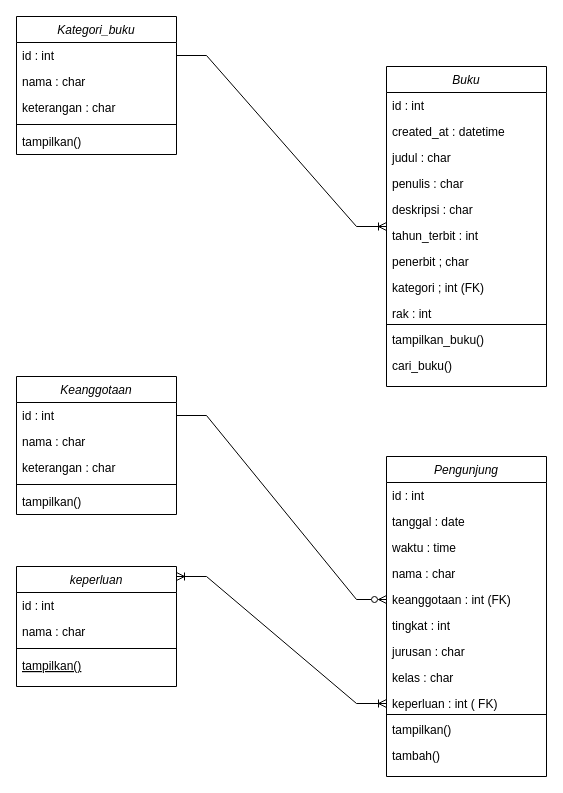
The draw.io diagram Class Diagram Perpus Digital.drawio in RadiMT33/Perpus-Digital-Radi, before the edit. Source tidied: cells renumbered, new cells numbered last; positions are measured from the earlier drawing's top-left corner, leaving out a move shared by most shapes. Both pictures are drawn from the tidied source at 100%, with x=0, y=0 at pixel (16, 16).
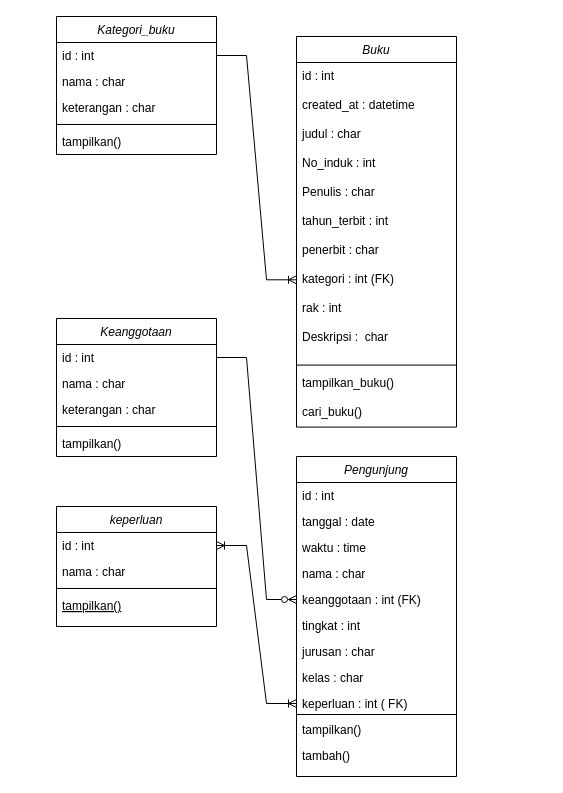
After the change.

The change refers to these unchanged cells:
```xml
<mxCell id="3" value="id : int" style="text;align=left;verticalAlign=top;spacingLeft=4;spacingRight=4;overflow=hidden;points=[[0,0.5],[1,0.5]];portConstraint=eastwest;" parent="2" vertex="1">
  <mxGeometry y="26" width="160" height="26" as="geometry" />
</mxCell>
<mxCell id="9" value="id : int" style="text;align=left;verticalAlign=top;spacingLeft=4;spacingRight=4;overflow=hidden;points=[[0,0.5],[1,0.5]];portConstraint=eastwest;" parent="8" vertex="1">
  <mxGeometry y="26" width="160" height="26" as="geometry" />
</mxCell>
<mxCell id="37" value="keperluan : int ( FK)" style="text;align=left;verticalAlign=top;spacingLeft=4;spacingRight=4;overflow=hidden;points=[[0,0.5],[1,0.5]];portConstraint=eastwest;rounded=0;shadow=0;html=0;" parent="28" vertex="1">
  <mxGeometry y="234" width="160" height="26" as="geometry" />
</mxCell>
```

The edit, as a diff of the source:
```diff
@@
     <mxCell id="2" value="Kategori_buku" style="swimlane;fontStyle=2;align=center;verticalAlign=top;horizontal=1;startSize=26;rounded=0;shadow=0;strokeWidth=1;" parent="1" vertex="1">
-      <mxGeometry width="160" height="138" as="geometry" />
+      <mxGeometry x="40" width="160" height="138" as="geometry" />
     </mxCell>
@@
     <mxCell id="8" value="keperluan" style="swimlane;fontStyle=2;align=center;verticalAlign=top;horizontal=1;startSize=26;rounded=0;shadow=0;strokeWidth=1;" parent="1" vertex="1">
-      <mxGeometry y="550" width="160" height="120" as="geometry" />
+      <mxGeometry x="40" y="490" width="160" height="120" as="geometry" />
     </mxCell>
@@
     <mxCell id="13" style="group;" parent="1" vertex="1">
-      <mxGeometry x="370" y="50" width="160" height="320" as="geometry" />
+      <mxGeometry x="280" y="20" width="160" height="390" as="geometry" />
     </mxCell>
     <mxCell id="14" value="Buku" style="swimlane;fontStyle=2;align=center;verticalAlign=top;horizontal=1;startSize=26;rounded=0;shadow=0;strokeWidth=1;" parent="13" vertex="1">
-      <mxGeometry width="160" height="320" as="geometry" />
+      <mxGeometry width="160" height="390.6" as="geometry" />
     </mxCell>
     <mxCell id="15" value="id : int" style="text;align=left;verticalAlign=top;spacingLeft=4;spacingRight=4;overflow=hidden;" parent="14" vertex="1">
-      <mxGeometry y="26" width="160" height="26" as="geometry" />
+      <mxGeometry y="26" width="160" height="29" as="geometry" />
     </mxCell>
     <mxCell id="16" value="created_at : datetime" style="text;align=left;verticalAlign=top;spacingLeft=4;spacingRight=4;overflow=hidden;rounded=0;shadow=0;html=0;" parent="14" vertex="1">
-      <mxGeometry y="52" width="160" height="26" as="geometry" />
+      <mxGeometry y="55" width="160" height="29" as="geometry" />
     </mxCell>
     <mxCell id="17" value="judul : char" style="text;align=left;verticalAlign=top;spacingLeft=4;spacingRight=4;overflow=hidden;rounded=0;shadow=0;html=0;" parent="14" vertex="1">
-      <mxGeometry y="78" width="160" height="26" as="geometry" />
+      <mxGeometry y="83.9" width="160" height="29" as="geometry" />
     </mxCell>
-    <mxCell id="18" value="penulis : char" style="text;align=left;verticalAlign=top;spacingLeft=4;spacingRight=4;overflow=hidden;rounded=0;shadow=0;html=0;" parent="14" vertex="1">
-      <mxGeometry y="104" width="160" height="26" as="geometry" />
+    <mxCell id="18" value="No_induk : int" style="text;align=left;verticalAlign=top;spacingLeft=4;spacingRight=4;overflow=hidden;rounded=0;shadow=0;html=0;" parent="14" vertex="1">
+      <mxGeometry y="112.9" width="160" height="29" as="geometry" />
     </mxCell>
-    <mxCell id="19" value="deskripsi : char" style="text;align=left;verticalAlign=top;spacingLeft=4;spacingRight=4;overflow=hidden;rounded=0;shadow=0;html=0;" parent="14" vertex="1">
-      <mxGeometry y="130" width="160" height="26" as="geometry" />
+    <mxCell id="19" value="Penulis : char" style="text;align=left;verticalAlign=top;spacingLeft=4;spacingRight=4;overflow=hidden;rounded=0;shadow=0;html=0;" parent="14" vertex="1">
+      <mxGeometry y="141.9" width="160" height="29" as="geometry" />
     </mxCell>
     <mxCell id="20" value="tahun_terbit : int" style="text;align=left;verticalAlign=top;spacingLeft=4;spacingRight=4;overflow=hidden;rounded=0;shadow=0;html=0;" parent="14" vertex="1">
-      <mxGeometry y="156" width="160" height="26" as="geometry" />
+      <mxGeometry y="170.9" width="160" height="29" as="geometry" />
     </mxCell>
-    <mxCell id="21" value="penerbit ; char" style="text;align=left;verticalAlign=top;spacingLeft=4;spacingRight=4;overflow=hidden;rounded=0;shadow=0;html=0;" parent="14" vertex="1">
-      <mxGeometry y="182" width="160" height="26" as="geometry" />
+    <mxCell id="21" value="penerbit : char" style="text;align=left;verticalAlign=top;spacingLeft=4;spacingRight=4;overflow=hidden;rounded=0;shadow=0;html=0;" parent="14" vertex="1">
+      <mxGeometry y="199.8" width="160" height="29" as="geometry" />
     </mxCell>
-    <mxCell id="22" value="kategori ; int (FK)" style="text;align=left;verticalAlign=top;spacingLeft=4;spacingRight=4;overflow=hidden;points=[[0,0.5],[1,0.5]];portConstraint=eastwest;rounded=0;shadow=0;html=0;" parent="14" vertex="1">
-      <mxGeometry y="208" width="160" height="26" as="geometry" />
+    <mxCell id="22" value="kategori : int (FK)" style="text;align=left;verticalAlign=top;spacingLeft=4;spacingRight=4;overflow=hidden;points=[[0,0.5],[1,0.5]];portConstraint=eastwest;rounded=0;shadow=0;html=0;" parent="14" vertex="1">
+      <mxGeometry y="228.8" width="160" height="29" as="geometry" />
     </mxCell>
     <mxCell id="23" value="rak : int" style="text;align=left;verticalAlign=top;spacingLeft=4;spacingRight=4;overflow=hidden;rounded=0;shadow=0;html=0;" parent="14" vertex="1">
-      <mxGeometry y="234" width="160" height="26" as="geometry" />
+      <mxGeometry y="257.8" width="160" height="29" as="geometry" />
     </mxCell>
+    <mxCell id="25" value="Deskripsi :  char" style="text;align=left;verticalAlign=top;spacingLeft=4;spacingRight=4;overflow=hidden;rounded=0;shadow=0;html=0;" parent="14" vertex="1">
+      <mxGeometry y="286.7" width="160" height="37.9" as="geometry" />
+    </mxCell>
+    <mxCell id="50" style="line;html=1;strokeWidth=1;align=left;verticalAlign=middle;spacingTop=-1;spacingLeft=3;spacingRight=3;labelPosition=right;" parent="14" vertex="1">
+      <mxGeometry y="324.6" width="160" height="8" as="geometry" />
+    </mxCell>
     <mxCell id="24" value="tampilkan_buku()" style="text;align=left;verticalAlign=top;spacingLeft=4;spacingRight=4;overflow=hidden;rounded=0;shadow=0;html=0;" parent="14" vertex="1">
-      <mxGeometry y="260" width="160" height="26" as="geometry" />
+      <mxGeometry y="332.6" width="160" height="29" as="geometry" />
     </mxCell>
-    <mxCell id="25" value="cari_buku()" style="text;align=left;verticalAlign=top;spacingLeft=4;spacingRight=4;overflow=hidden;rounded=0;shadow=0;html=0;" parent="14" vertex="1">
-      <mxGeometry y="286" width="160" height="34" as="geometry" />
-    </mxCell>
-    <mxCell id="26" style="line;html=1;strokeWidth=1;align=left;verticalAlign=middle;spacingTop=-1;spacingLeft=3;spacingRight=3;labelPosition=right;" parent="13" vertex="1">
-      <mxGeometry y="254" width="160" height="8" as="geometry" />
-    </mxCell>
+    <mxCell id="51" value="cari_buku()" style="text;align=left;verticalAlign=top;spacingLeft=4;spacingRight=4;overflow=hidden;rounded=0;shadow=0;html=0;" parent="14" vertex="1">
+      <mxGeometry y="361.6" width="160" height="29" as="geometry" />
+    </mxCell>
     <mxCell id="27" style="group;" parent="1" vertex="1">
-      <mxGeometry x="370" y="440" width="160" height="320" as="geometry" />
+      <mxGeometry x="280" y="440" width="160" height="320" as="geometry" />
     </mxCell>
@@
     <mxCell id="41" value="Keanggotaan" style="swimlane;fontStyle=2;align=center;verticalAlign=top;horizontal=1;startSize=26;rounded=0;shadow=0;strokeWidth=1;" parent="1" vertex="1">
-      <mxGeometry y="360" width="160" height="138" as="geometry" />
+      <mxGeometry x="40" y="302" width="160" height="138" as="geometry" />
     </mxCell>
@@
-    <mxCell id="47" style="edgeStyle=entityRelationEdgeStyle;fontSize=12;html=1;endArrow=ERoneToMany;rounded=0;" parent="1" edge="1" source="3" target="14">
-      <mxGeometry relative="1" as="geometry">
-        <Array as="points">
-          <mxPoint x="163" y="50" />
-          <mxPoint x="180" y="14" />
-          <mxPoint x="230" y="130" />
-          <mxPoint x="310" y="250" />
-          <mxPoint x="260" y="120" />
-        </Array>
-      </mxGeometry>
-    </mxCell>
@@
-    <mxCell id="49" style="edgeStyle=entityRelationEdgeStyle;fontSize=12;html=1;endArrow=ERoneToMany;rounded=0;entryX=0;entryY=0.5;entryDx=0;entryDy=0;endFill=0;startArrow=ERoneToMany;startFill=0;" parent="1" edge="1" target="37">
+    <mxCell id="49" style="edgeStyle=entityRelationEdgeStyle;fontSize=12;html=1;endArrow=ERoneToMany;rounded=0;entryX=0;entryY=0.5;entryDx=0;entryDy=0;endFill=0;startArrow=ERoneToMany;startFill=0;" parent="1" edge="1" source="9" target="37">
       <mxGeometry relative="1" as="geometry">
-        <mxPoint x="160" y="560" as="sourcePoint" />
         <Array as="points">
           <mxPoint x="200" y="640" />
           <mxPoint x="160" y="570" />
           <mxPoint x="210" y="640" />
           <mxPoint x="220" y="600" />
           <mxPoint x="180" y="580" />
           <mxPoint x="150" y="570" />
           <mxPoint x="170" y="500" />
           <mxPoint x="200" y="520" />
           <mxPoint x="210" y="630" />
           <mxPoint x="270" y="680" />
           <mxPoint x="230" y="640" />
           <mxPoint x="210" y="520" />
           <mxPoint x="190" y="560" />
         </Array>
       </mxGeometry>
     </mxCell>
+    <mxCell id="52" style="edgeStyle=entityRelationEdgeStyle;fontSize=12;html=1;endArrow=ERoneToMany;rounded=0;exitX=1;exitY=0.5;exitDx=0;exitDy=0;" parent="1" edge="1" source="3" target="22">
+      <mxGeometry relative="1" as="geometry" />
+    </mxCell>
```
